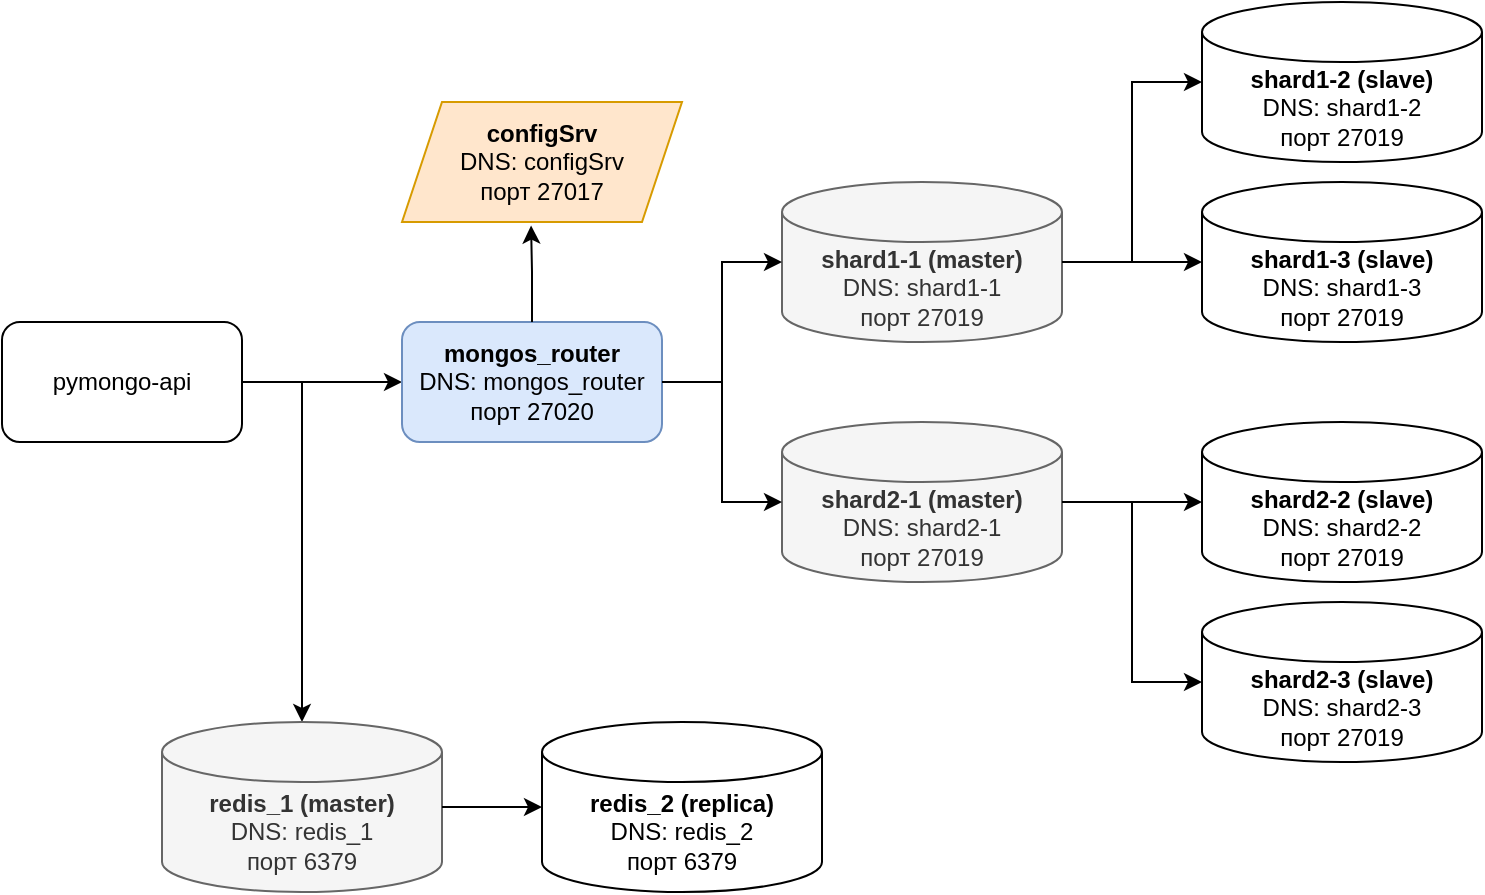
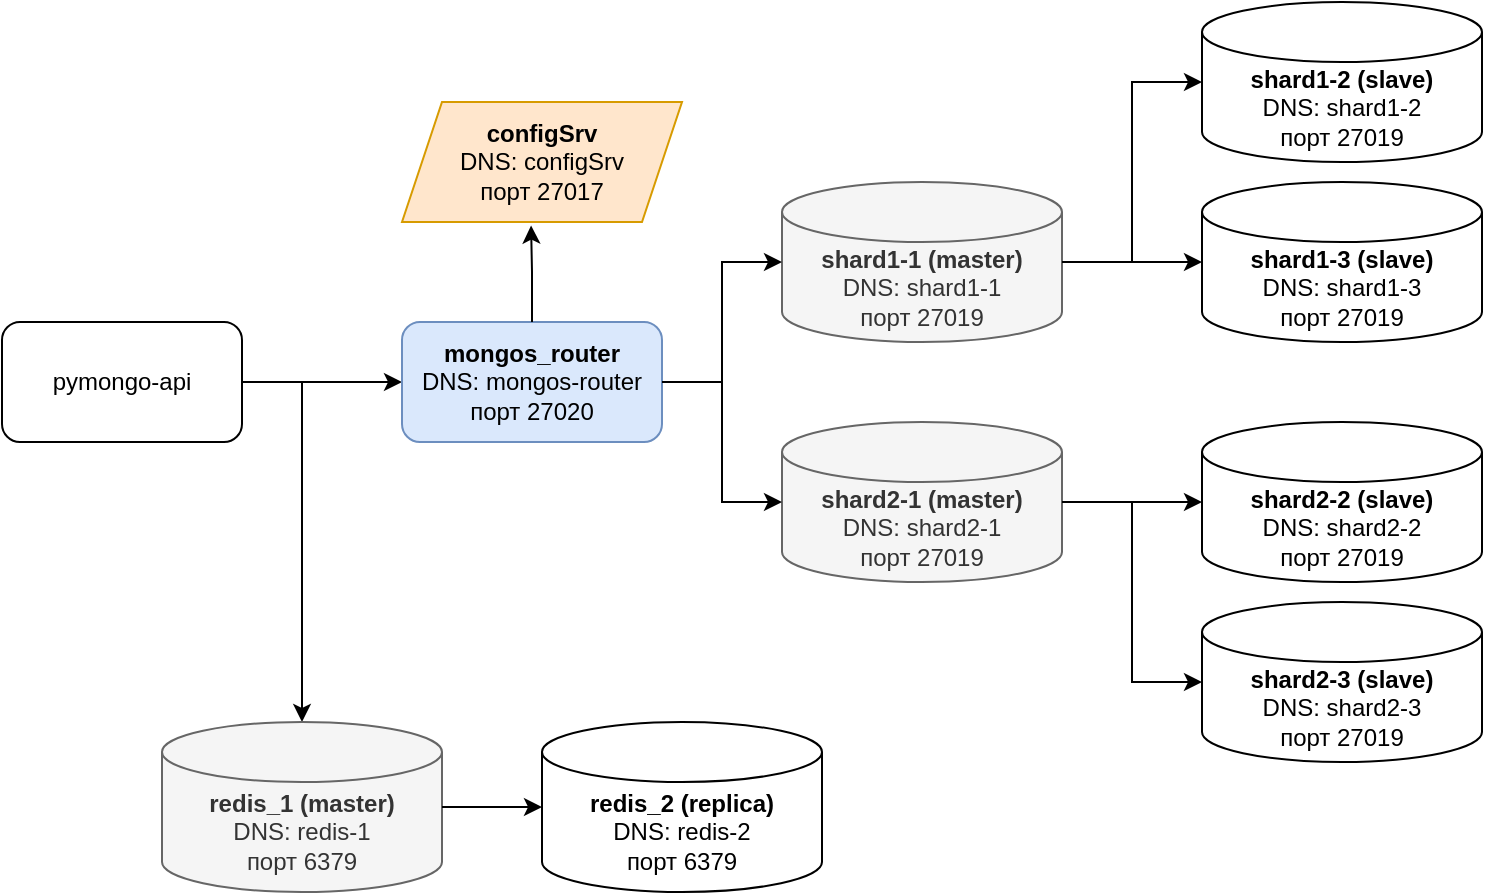
- <mxfile host="app.diagrams.net">
-   <diagram name="02-replication" id="bf-replication">
-     <mxGraphModel dx="1035" dy="649" grid="1" gridSize="10" guides="1" tooltips="1" connect="1" arrows="1" fold="1" page="1" pageScale="1" pageWidth="1169" pageHeight="827" background="#ffffff" math="0" shadow="0">
-       <root>
-         <mxCell id="0" />
-         <mxCell id="1" parent="0" />
-         <mxCell id="HTU1C_y3JVFv92HttyV6-12" edge="1" parent="1" source="2" style="edgeStyle=orthogonalEdgeStyle;rounded=0;orthogonalLoop=1;jettySize=auto;html=1;" target="aOjJM1n3sBIoVraeIQLE-11">
-           <mxGeometry relative="1" as="geometry">
-             <Array as="points">
-               <mxPoint x="360" y="380" />
-             </Array>
-           </mxGeometry>
-         </mxCell>
-         <mxCell id="2" parent="1" style="rounded=1;whiteSpace=wrap;html=1;labelBackgroundColor=none;" value="pymongo-api" vertex="1">
-           <mxGeometry height="60" width="120" x="210" y="350" as="geometry" />
-         </mxCell>
-         <mxCell id="3" edge="1" parent="1" source="2" style="edgeStyle=orthogonalEdgeStyle;rounded=0;orthogonalLoop=1;jettySize=auto;html=1;exitX=1;exitY=0.5;exitDx=0;exitDy=0;entryX=0;entryY=0.5;entryDx=0;entryDy=0;labelBackgroundColor=none;fontColor=default;" target="4">
-           <mxGeometry relative="1" as="geometry">
-             <mxPoint x="410" y="350" as="targetPoint" />
-           </mxGeometry>
-         </mxCell>
-         <mxCell id="4" parent="1" style="rounded=1;whiteSpace=wrap;html=1;labelBackgroundColor=none;fillColor=#dae8fc;strokeColor=#6c8ebf;" value="&lt;b&gt;mongos_router&lt;/b&gt;&lt;br&gt;DNS: mongos_router&lt;br&gt;порт 27020" vertex="1">
-           <mxGeometry height="60" width="130" x="410" y="350" as="geometry" />
-         </mxCell>
-         <mxCell id="5" parent="1" style="shape=parallelogram;perimeter=parallelogramPerimeter;whiteSpace=wrap;html=1;fixedSize=1;labelBackgroundColor=none;fillColor=#ffe6cc;strokeColor=#d79b00;" value="&lt;b&gt;configSrv&lt;/b&gt;&lt;br&gt;DNS: configSrv&lt;br&gt;порт 27017" vertex="1">
-           <mxGeometry height="60" width="140" x="410" y="240" as="geometry" />
-         </mxCell>
-         <mxCell id="6" edge="1" parent="1" source="4" style="edgeStyle=orthogonalEdgeStyle;rounded=0;orthogonalLoop=1;jettySize=auto;html=1;entryX=0.461;entryY=1.03;entryDx=0;entryDy=0;entryPerimeter=0;labelBackgroundColor=none;fontColor=default;" target="5">
-           <mxGeometry relative="1" as="geometry" />
-         </mxCell>
-         <mxCell id="7" parent="1" style="shape=cylinder3;whiteSpace=wrap;html=1;boundedLbl=1;backgroundOutline=1;size=15;labelBackgroundColor=none;fillColor=#f5f5f5;fontColor=#333333;strokeColor=#666666;" value="&lt;b&gt;shard2-1&amp;nbsp;&lt;/b&gt;&lt;b&gt;(master)&lt;/b&gt;&lt;b&gt;&lt;br&gt;&lt;/b&gt;DNS: shard2-1&lt;br&gt;порт 27019" vertex="1">
-           <mxGeometry height="80" width="140" x="600" y="400" as="geometry" />
-         </mxCell>
-         <mxCell id="0dZ2eszV3K_LcAIp9R21-18" edge="1" parent="1" source="8" style="edgeStyle=orthogonalEdgeStyle;rounded=0;orthogonalLoop=1;jettySize=auto;html=1;exitX=1;exitY=0.5;exitDx=0;exitDy=0;exitPerimeter=0;" target="0dZ2eszV3K_LcAIp9R21-17">
-           <mxGeometry relative="1" as="geometry" />
-         </mxCell>
-         <mxCell id="8" parent="1" style="shape=cylinder3;whiteSpace=wrap;html=1;boundedLbl=1;backgroundOutline=1;size=15;labelBackgroundColor=none;fillColor=#f5f5f5;fontColor=#333333;strokeColor=#666666;" value="&lt;b&gt;shard1-1 (master)&lt;/b&gt;&lt;br&gt;DNS: shard1-1&lt;br&gt;порт 27019" vertex="1">
-           <mxGeometry height="80" width="140" x="600" y="280" as="geometry" />
-         </mxCell>
-         <mxCell id="9" edge="1" parent="1" source="4" style="edgeStyle=orthogonalEdgeStyle;rounded=0;orthogonalLoop=1;jettySize=auto;html=1;entryX=0;entryY=0.5;entryDx=0;entryDy=0;entryPerimeter=0;labelBackgroundColor=none;fontColor=default;" target="8">
-           <mxGeometry relative="1" as="geometry" />
-         </mxCell>
-         <mxCell id="10" edge="1" parent="1" source="4" style="edgeStyle=orthogonalEdgeStyle;rounded=0;orthogonalLoop=1;jettySize=auto;html=1;exitX=1;exitY=0.5;exitDx=0;exitDy=0;entryX=0;entryY=0.5;entryDx=0;entryDy=0;entryPerimeter=0;labelBackgroundColor=none;fontColor=default;" target="7">
-           <mxGeometry relative="1" as="geometry" />
-         </mxCell>
-         <mxCell id="0dZ2eszV3K_LcAIp9R21-16" parent="1" style="shape=cylinder3;whiteSpace=wrap;html=1;boundedLbl=1;backgroundOutline=1;size=15;labelBackgroundColor=none;" value="&lt;b&gt;shard1-2 (slave)&lt;/b&gt;&lt;br&gt;DNS: shard1-2&lt;br&gt;порт 27019" vertex="1">
-           <mxGeometry height="80" width="140" x="810" y="190" as="geometry" />
-         </mxCell>
-         <mxCell id="0dZ2eszV3K_LcAIp9R21-17" parent="1" style="shape=cylinder3;whiteSpace=wrap;html=1;boundedLbl=1;backgroundOutline=1;size=15;labelBackgroundColor=none;" value="&lt;b&gt;shard1-3 (&lt;/b&gt;&lt;b&gt;slave&lt;/b&gt;&lt;b&gt;)&lt;/b&gt;&lt;br&gt;DNS: shard1-3&lt;br&gt;порт 27019" vertex="1">
-           <mxGeometry height="80" width="140" x="810" y="280" as="geometry" />
-         </mxCell>
-         <mxCell id="0dZ2eszV3K_LcAIp9R21-19" edge="1" parent="1" source="8" style="edgeStyle=orthogonalEdgeStyle;rounded=0;orthogonalLoop=1;jettySize=auto;html=1;exitX=1;exitY=0.5;exitDx=0;exitDy=0;exitPerimeter=0;entryX=0;entryY=0.5;entryDx=0;entryDy=0;entryPerimeter=0;" target="0dZ2eszV3K_LcAIp9R21-16">
-           <mxGeometry relative="1" as="geometry" />
-         </mxCell>
-         <mxCell id="0dZ2eszV3K_LcAIp9R21-20" parent="1" style="shape=cylinder3;whiteSpace=wrap;html=1;boundedLbl=1;backgroundOutline=1;size=15;labelBackgroundColor=none;" value="&lt;b&gt;shard2-2 (slave)&lt;/b&gt;&lt;br&gt;DNS: shard2-2&lt;br&gt;порт 27019" vertex="1">
-           <mxGeometry height="80" width="140" x="810" y="400" as="geometry" />
-         </mxCell>
-         <mxCell id="0dZ2eszV3K_LcAIp9R21-21" parent="1" style="shape=cylinder3;whiteSpace=wrap;html=1;boundedLbl=1;backgroundOutline=1;size=15;labelBackgroundColor=none;" value="&lt;b&gt;shard2-3 (&lt;/b&gt;&lt;b&gt;slave&lt;/b&gt;&lt;b&gt;)&lt;/b&gt;&lt;br&gt;DNS: shard2-3&lt;br&gt;порт 27019" vertex="1">
-           <mxGeometry height="80" width="140" x="810" y="490" as="geometry" />
-         </mxCell>
-         <mxCell id="0dZ2eszV3K_LcAIp9R21-22" edge="1" parent="1" source="7" style="edgeStyle=orthogonalEdgeStyle;rounded=0;orthogonalLoop=1;jettySize=auto;html=1;entryX=0;entryY=0.5;entryDx=0;entryDy=0;entryPerimeter=0;" target="0dZ2eszV3K_LcAIp9R21-20">
-           <mxGeometry relative="1" as="geometry" />
-         </mxCell>
-         <mxCell id="0dZ2eszV3K_LcAIp9R21-23" edge="1" parent="1" source="7" style="edgeStyle=orthogonalEdgeStyle;rounded=0;orthogonalLoop=1;jettySize=auto;html=1;entryX=0;entryY=0.5;entryDx=0;entryDy=0;entryPerimeter=0;" target="0dZ2eszV3K_LcAIp9R21-21">
-           <mxGeometry relative="1" as="geometry" />
-         </mxCell>
-         <mxCell id="aOjJM1n3sBIoVraeIQLE-11" parent="1" style="shape=cylinder3;whiteSpace=wrap;html=1;boundedLbl=1;backgroundOutline=1;size=15;labelBackgroundColor=none;fillColor=#f5f5f5;strokeColor=#666666;fontColor=#333333;" value="&lt;b&gt;redis_1 (master)&lt;/b&gt;&lt;br&gt;DNS: redis_1&lt;br&gt;порт 6379" vertex="1">
-           <mxGeometry height="85" width="140" x="290" y="550" as="geometry" />
-         </mxCell>
-         <mxCell id="redis_4" parent="1" style="shape=cylinder3;whiteSpace=wrap;html=1;boundedLbl=1;backgroundOutline=1;size=15;labelBackgroundColor=none;" value="&lt;b&gt;redis_2 (replica)&lt;/b&gt;&lt;br&gt;DNS: redis_2&lt;br&gt;порт 6379" vertex="1">
-           <mxGeometry height="85" width="140" x="480" y="550" as="geometry" />
-         </mxCell>
-         <mxCell id="HTU1C_y3JVFv92HttyV6-11" edge="1" parent="1" source="aOjJM1n3sBIoVraeIQLE-11" style="edgeStyle=orthogonalEdgeStyle;rounded=0;orthogonalLoop=1;jettySize=auto;html=1;entryX=0;entryY=0.5;entryDx=0;entryDy=0;entryPerimeter=0;" target="redis_4">
-           <mxGeometry relative="1" as="geometry" />
-         </mxCell>
-       </root>
-     </mxGraphModel>
-   </diagram>
- </mxfile>
+ <mxfile host="65bd71144e">
+     <diagram name="02-replication" id="bf-replication">
+         <mxGraphModel dx="220" dy="152" grid="1" gridSize="10" guides="1" tooltips="1" connect="1" arrows="1" fold="1" page="1" pageScale="1" pageWidth="1169" pageHeight="827" background="#ffffff" math="0" shadow="0">
+             <root>
+                 <mxCell id="0"/>
+                 <mxCell id="1" parent="0"/>
+                 <mxCell id="HTU1C_y3JVFv92HttyV6-12" style="edgeStyle=orthogonalEdgeStyle;rounded=0;orthogonalLoop=1;jettySize=auto;html=1;" parent="1" source="2" target="aOjJM1n3sBIoVraeIQLE-11" edge="1">
+                     <mxGeometry relative="1" as="geometry">
+                         <Array as="points">
+                             <mxPoint x="360" y="380"/>
+                         </Array>
+                     </mxGeometry>
+                 </mxCell>
+                 <mxCell id="2" value="pymongo-api" style="rounded=1;whiteSpace=wrap;html=1;labelBackgroundColor=none;" parent="1" vertex="1">
+                     <mxGeometry x="210" y="350" width="120" height="60" as="geometry"/>
+                 </mxCell>
+                 <mxCell id="3" style="edgeStyle=orthogonalEdgeStyle;rounded=0;orthogonalLoop=1;jettySize=auto;html=1;exitX=1;exitY=0.5;exitDx=0;exitDy=0;entryX=0;entryY=0.5;entryDx=0;entryDy=0;labelBackgroundColor=none;fontColor=default;" parent="1" source="2" target="4" edge="1">
+                     <mxGeometry relative="1" as="geometry">
+                         <mxPoint x="410" y="350" as="targetPoint"/>
+                     </mxGeometry>
+                 </mxCell>
+                 <mxCell id="4" value="&lt;b&gt;mongos_router&lt;/b&gt;&lt;br&gt;DNS: mongos-router&lt;br&gt;порт 27020" style="rounded=1;whiteSpace=wrap;html=1;labelBackgroundColor=none;fillColor=#dae8fc;strokeColor=#6c8ebf;" parent="1" vertex="1">
+                     <mxGeometry x="410" y="350" width="130" height="60" as="geometry"/>
+                 </mxCell>
+                 <mxCell id="5" value="&lt;b&gt;configSrv&lt;/b&gt;&lt;br&gt;DNS: configSrv&lt;br&gt;порт 27017" style="shape=parallelogram;perimeter=parallelogramPerimeter;whiteSpace=wrap;html=1;fixedSize=1;labelBackgroundColor=none;fillColor=#ffe6cc;strokeColor=#d79b00;" parent="1" vertex="1">
+                     <mxGeometry x="410" y="240" width="140" height="60" as="geometry"/>
+                 </mxCell>
+                 <mxCell id="6" style="edgeStyle=orthogonalEdgeStyle;rounded=0;orthogonalLoop=1;jettySize=auto;html=1;entryX=0.461;entryY=1.03;entryDx=0;entryDy=0;entryPerimeter=0;labelBackgroundColor=none;fontColor=default;" parent="1" source="4" target="5" edge="1">
+                     <mxGeometry relative="1" as="geometry"/>
+                 </mxCell>
+                 <mxCell id="7" value="&lt;b&gt;shard2-1&amp;nbsp;&lt;/b&gt;&lt;b&gt;(master)&lt;/b&gt;&lt;b&gt;&lt;br&gt;&lt;/b&gt;DNS: shard2-1&lt;br&gt;порт 27019" style="shape=cylinder3;whiteSpace=wrap;html=1;boundedLbl=1;backgroundOutline=1;size=15;labelBackgroundColor=none;fillColor=#f5f5f5;fontColor=#333333;strokeColor=#666666;" parent="1" vertex="1">
+                     <mxGeometry x="600" y="400" width="140" height="80" as="geometry"/>
+                 </mxCell>
+                 <mxCell id="0dZ2eszV3K_LcAIp9R21-18" style="edgeStyle=orthogonalEdgeStyle;rounded=0;orthogonalLoop=1;jettySize=auto;html=1;exitX=1;exitY=0.5;exitDx=0;exitDy=0;exitPerimeter=0;" parent="1" source="8" target="0dZ2eszV3K_LcAIp9R21-17" edge="1">
+                     <mxGeometry relative="1" as="geometry"/>
+                 </mxCell>
+                 <mxCell id="8" value="&lt;b&gt;shard1-1 (master)&lt;/b&gt;&lt;br&gt;DNS: shard1-1&lt;br&gt;порт 27019" style="shape=cylinder3;whiteSpace=wrap;html=1;boundedLbl=1;backgroundOutline=1;size=15;labelBackgroundColor=none;fillColor=#f5f5f5;fontColor=#333333;strokeColor=#666666;" parent="1" vertex="1">
+                     <mxGeometry x="600" y="280" width="140" height="80" as="geometry"/>
+                 </mxCell>
+                 <mxCell id="9" style="edgeStyle=orthogonalEdgeStyle;rounded=0;orthogonalLoop=1;jettySize=auto;html=1;entryX=0;entryY=0.5;entryDx=0;entryDy=0;entryPerimeter=0;labelBackgroundColor=none;fontColor=default;" parent="1" source="4" target="8" edge="1">
+                     <mxGeometry relative="1" as="geometry"/>
+                 </mxCell>
+                 <mxCell id="10" style="edgeStyle=orthogonalEdgeStyle;rounded=0;orthogonalLoop=1;jettySize=auto;html=1;exitX=1;exitY=0.5;exitDx=0;exitDy=0;entryX=0;entryY=0.5;entryDx=0;entryDy=0;entryPerimeter=0;labelBackgroundColor=none;fontColor=default;" parent="1" source="4" target="7" edge="1">
+                     <mxGeometry relative="1" as="geometry"/>
+                 </mxCell>
+                 <mxCell id="0dZ2eszV3K_LcAIp9R21-16" value="&lt;b&gt;shard1-2 (slave)&lt;/b&gt;&lt;br&gt;DNS: shard1-2&lt;br&gt;порт 27019" style="shape=cylinder3;whiteSpace=wrap;html=1;boundedLbl=1;backgroundOutline=1;size=15;labelBackgroundColor=none;" parent="1" vertex="1">
+                     <mxGeometry x="810" y="190" width="140" height="80" as="geometry"/>
+                 </mxCell>
+                 <mxCell id="0dZ2eszV3K_LcAIp9R21-17" value="&lt;b&gt;shard1-3 (&lt;/b&gt;&lt;b&gt;slave&lt;/b&gt;&lt;b&gt;)&lt;/b&gt;&lt;br&gt;DNS: shard1-3&lt;br&gt;порт 27019" style="shape=cylinder3;whiteSpace=wrap;html=1;boundedLbl=1;backgroundOutline=1;size=15;labelBackgroundColor=none;" parent="1" vertex="1">
+                     <mxGeometry x="810" y="280" width="140" height="80" as="geometry"/>
+                 </mxCell>
+                 <mxCell id="0dZ2eszV3K_LcAIp9R21-19" style="edgeStyle=orthogonalEdgeStyle;rounded=0;orthogonalLoop=1;jettySize=auto;html=1;exitX=1;exitY=0.5;exitDx=0;exitDy=0;exitPerimeter=0;entryX=0;entryY=0.5;entryDx=0;entryDy=0;entryPerimeter=0;" parent="1" source="8" target="0dZ2eszV3K_LcAIp9R21-16" edge="1">
+                     <mxGeometry relative="1" as="geometry"/>
+                 </mxCell>
+                 <mxCell id="0dZ2eszV3K_LcAIp9R21-20" value="&lt;b&gt;shard2-2 (slave)&lt;/b&gt;&lt;br&gt;DNS: shard2-2&lt;br&gt;порт 27019" style="shape=cylinder3;whiteSpace=wrap;html=1;boundedLbl=1;backgroundOutline=1;size=15;labelBackgroundColor=none;" parent="1" vertex="1">
+                     <mxGeometry x="810" y="400" width="140" height="80" as="geometry"/>
+                 </mxCell>
+                 <mxCell id="0dZ2eszV3K_LcAIp9R21-21" value="&lt;b&gt;shard2-3 (&lt;/b&gt;&lt;b&gt;slave&lt;/b&gt;&lt;b&gt;)&lt;/b&gt;&lt;br&gt;DNS: shard2-3&lt;br&gt;порт 27019" style="shape=cylinder3;whiteSpace=wrap;html=1;boundedLbl=1;backgroundOutline=1;size=15;labelBackgroundColor=none;" parent="1" vertex="1">
+                     <mxGeometry x="810" y="490" width="140" height="80" as="geometry"/>
+                 </mxCell>
+                 <mxCell id="0dZ2eszV3K_LcAIp9R21-22" style="edgeStyle=orthogonalEdgeStyle;rounded=0;orthogonalLoop=1;jettySize=auto;html=1;entryX=0;entryY=0.5;entryDx=0;entryDy=0;entryPerimeter=0;" parent="1" source="7" target="0dZ2eszV3K_LcAIp9R21-20" edge="1">
+                     <mxGeometry relative="1" as="geometry"/>
+                 </mxCell>
+                 <mxCell id="0dZ2eszV3K_LcAIp9R21-23" style="edgeStyle=orthogonalEdgeStyle;rounded=0;orthogonalLoop=1;jettySize=auto;html=1;entryX=0;entryY=0.5;entryDx=0;entryDy=0;entryPerimeter=0;" parent="1" source="7" target="0dZ2eszV3K_LcAIp9R21-21" edge="1">
+                     <mxGeometry relative="1" as="geometry"/>
+                 </mxCell>
+                 <mxCell id="aOjJM1n3sBIoVraeIQLE-11" value="&lt;b&gt;redis_1 (master)&lt;/b&gt;&lt;br&gt;DNS: redis-1&lt;br&gt;порт 6379" style="shape=cylinder3;whiteSpace=wrap;html=1;boundedLbl=1;backgroundOutline=1;size=15;labelBackgroundColor=none;fillColor=#f5f5f5;strokeColor=#666666;fontColor=#333333;" parent="1" vertex="1">
+                     <mxGeometry x="290" y="550" width="140" height="85" as="geometry"/>
+                 </mxCell>
+                 <mxCell id="redis_4" value="&lt;b&gt;redis_2 (replica)&lt;/b&gt;&lt;br&gt;DNS: redis-2&lt;br&gt;порт 6379" style="shape=cylinder3;whiteSpace=wrap;html=1;boundedLbl=1;backgroundOutline=1;size=15;labelBackgroundColor=none;" parent="1" vertex="1">
+                     <mxGeometry x="480" y="550" width="140" height="85" as="geometry"/>
+                 </mxCell>
+                 <mxCell id="HTU1C_y3JVFv92HttyV6-11" style="edgeStyle=orthogonalEdgeStyle;rounded=0;orthogonalLoop=1;jettySize=auto;html=1;entryX=0;entryY=0.5;entryDx=0;entryDy=0;entryPerimeter=0;" parent="1" source="aOjJM1n3sBIoVraeIQLE-11" target="redis_4" edge="1">
+                     <mxGeometry relative="1" as="geometry"/>
+                 </mxCell>
+             </root>
+         </mxGraphModel>
+     </diagram>
+ </mxfile>